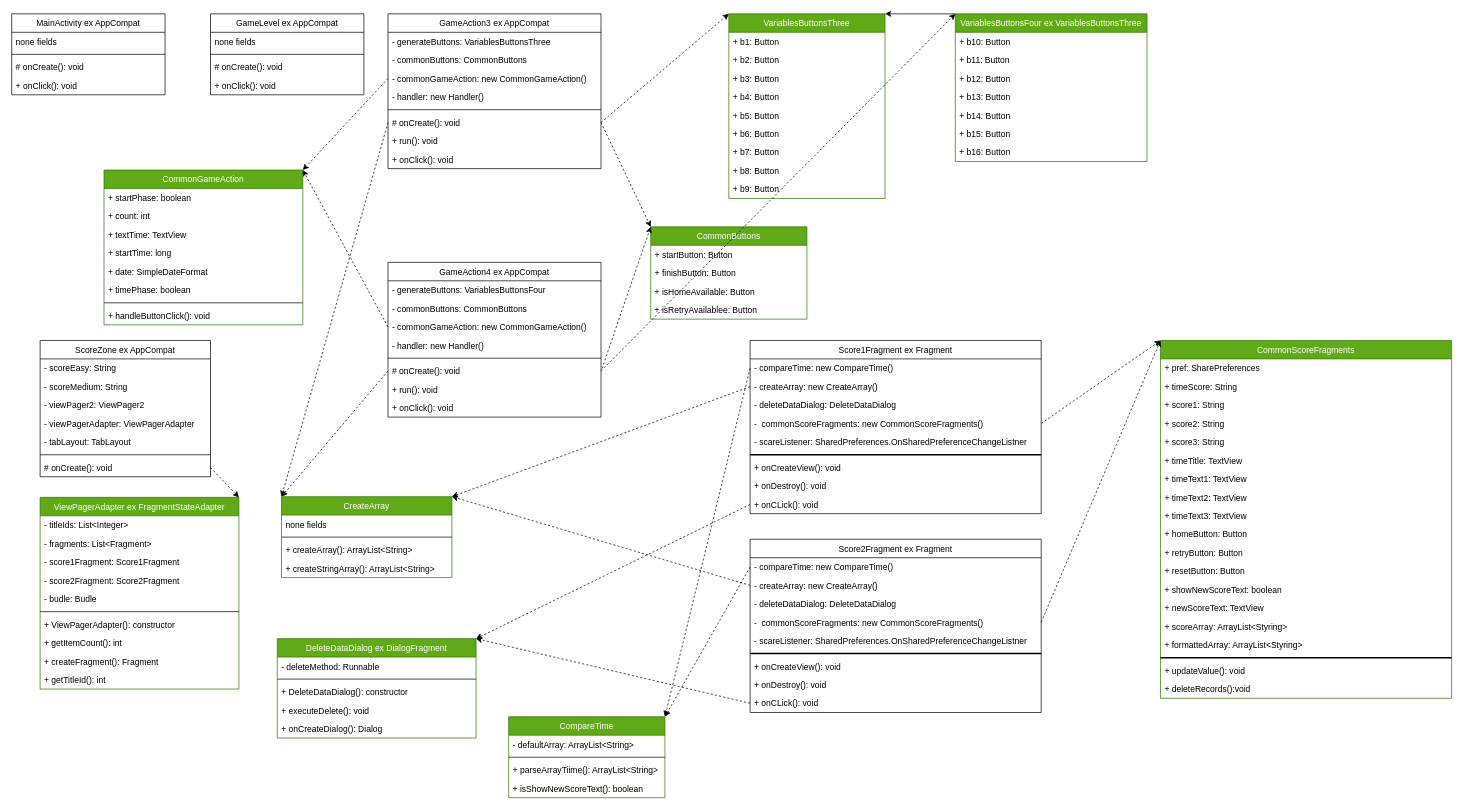
Before: systemDesign/javaTapGame.drawio in hyk4869/TapGame, a draw.io diagram. Source tidied: cells renumbered, new cells numbered last; positions are measured from the earlier drawing's top-left corner, leaving out a move shared by most shapes. Both pictures are drawn from the tidied source at 71%, with x=0, y=0 at pixel (11, 13).
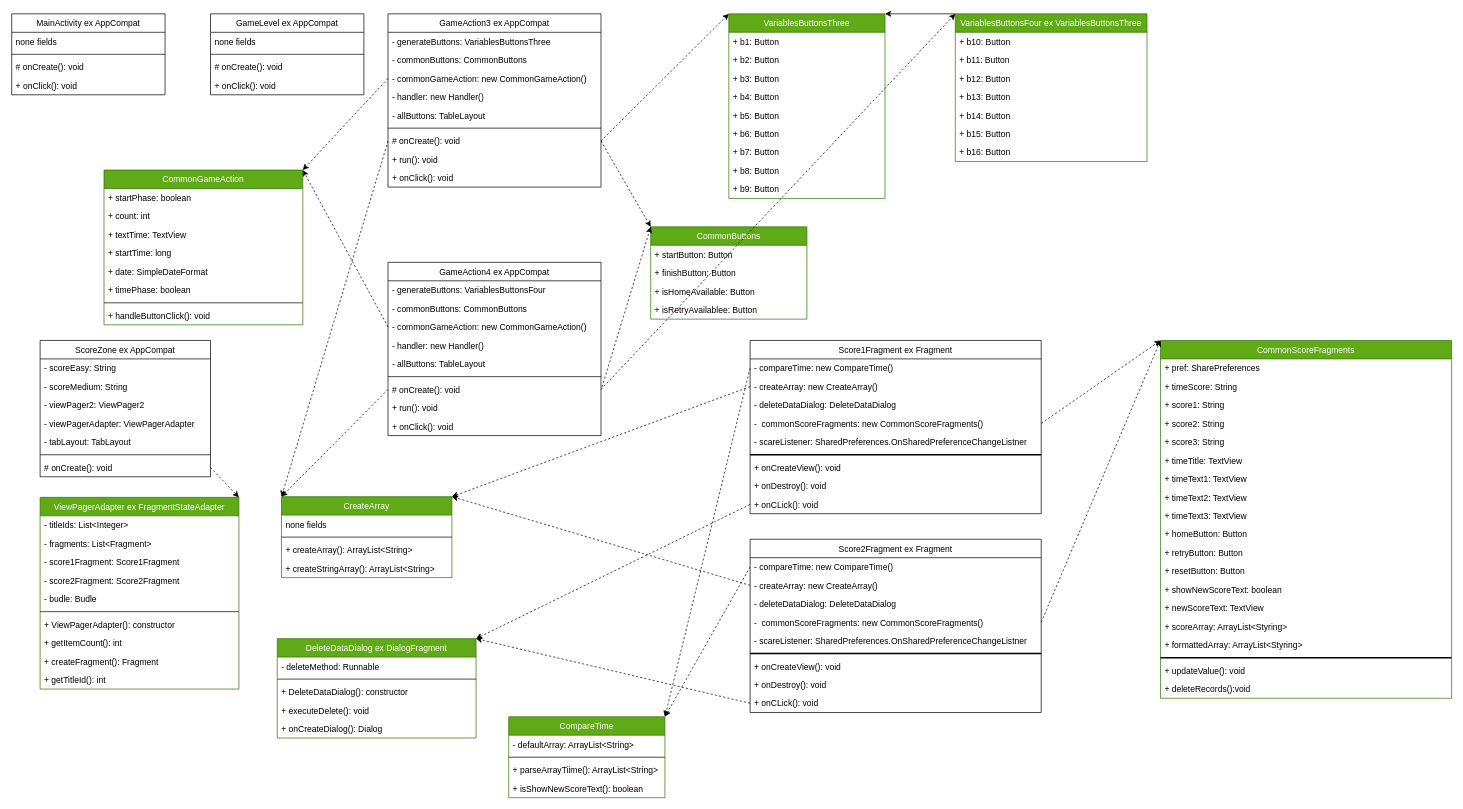
Above is the later version.

Commit message:
クラス図更新

What changed in the source:
```diff
@@
     <mxCell id="22" value="GameAction3 ex AppCompat" style="swimlane;fontStyle=0;horizontal=1;startSize=26;fillColor=none;" parent="1" vertex="1">
-      <mxGeometry x="530" width="300" height="218" as="geometry" />
+      <mxGeometry x="530" width="300" height="244" as="geometry" />
     </mxCell>
@@
+    <mxCell id="155" value="- allButtons: TableLayout" style="text;strokeColor=none;fillColor=none;align=left;verticalAlign=top;spacingLeft=4;spacingRight=4;overflow=hidden;" parent="22" vertex="1">
+      <mxGeometry y="130" width="300" height="26" as="geometry" />
+    </mxCell>
     <mxCell id="27" style="line;strokeWidth=1;html=1;" parent="22" vertex="1">
-      <mxGeometry y="130" width="300" height="10" as="geometry" />
+      <mxGeometry y="156" width="300" height="10" as="geometry" />
     </mxCell>
     <mxCell id="28" value="# onCreate(): void" style="text;strokeColor=none;fillColor=none;align=left;verticalAlign=top;spacingLeft=4;spacingRight=4;overflow=hidden;points=[[0,0.5],[1,0.5]];portConstraint=eastwest;" parent="22" vertex="1">
-      <mxGeometry y="140" width="300" height="26" as="geometry" />
+      <mxGeometry y="166" width="300" height="26" as="geometry" />
     </mxCell>
     <mxCell id="29" value="+ run(): void" style="text;strokeColor=none;fillColor=none;align=left;verticalAlign=top;spacingLeft=4;spacingRight=4;overflow=hidden;" parent="22" vertex="1">
-      <mxGeometry y="166" width="300" height="26" as="geometry" />
+      <mxGeometry y="192" width="300" height="26" as="geometry" />
     </mxCell>
     <mxCell id="30" value="+ onClick(): void" style="text;strokeColor=none;fillColor=none;align=left;verticalAlign=top;spacingLeft=4;spacingRight=4;overflow=hidden;" parent="22" vertex="1">
-      <mxGeometry y="192" width="300" height="26" as="geometry" />
+      <mxGeometry y="218" width="300" height="26" as="geometry" />
     </mxCell>
@@
     <mxCell id="109" value="GameAction4 ex AppCompat" style="swimlane;fontStyle=0;horizontal=1;startSize=26;fillColor=none;" parent="1" vertex="1">
-      <mxGeometry x="530" y="350" width="300" height="218" as="geometry" />
+      <mxGeometry x="530" y="350" width="300" height="244" as="geometry" />
     </mxCell>
@@
+    <mxCell id="156" value="- allButtons: TableLayout" style="text;strokeColor=none;fillColor=none;align=left;verticalAlign=top;spacingLeft=4;spacingRight=4;overflow=hidden;" parent="109" vertex="1">
+      <mxGeometry y="130" width="300" height="26" as="geometry" />
+    </mxCell>
     <mxCell id="114" style="line;strokeWidth=1;html=1;" parent="109" vertex="1">
-      <mxGeometry y="130" width="300" height="10" as="geometry" />
+      <mxGeometry y="156" width="300" height="10" as="geometry" />
     </mxCell>
     <mxCell id="115" value="# onCreate(): void" style="text;strokeColor=none;fillColor=none;align=left;verticalAlign=top;spacingLeft=4;spacingRight=4;overflow=hidden;points=[[0,0.5],[1,0.5]];portConstraint=eastwest;" parent="109" vertex="1">
-      <mxGeometry y="140" width="300" height="26" as="geometry" />
+      <mxGeometry y="166" width="300" height="26" as="geometry" />
     </mxCell>
     <mxCell id="116" value="+ run(): void" style="text;strokeColor=none;fillColor=none;align=left;verticalAlign=top;spacingLeft=4;spacingRight=4;overflow=hidden;" parent="109" vertex="1">
-      <mxGeometry y="166" width="300" height="26" as="geometry" />
+      <mxGeometry y="192" width="300" height="26" as="geometry" />
     </mxCell>
     <mxCell id="117" value="+ onClick(): void" style="text;strokeColor=none;fillColor=none;align=left;verticalAlign=top;spacingLeft=4;spacingRight=4;overflow=hidden;" parent="109" vertex="1">
-      <mxGeometry y="192" width="300" height="26" as="geometry" />
+      <mxGeometry y="218" width="300" height="26" as="geometry" />
     </mxCell>
```
